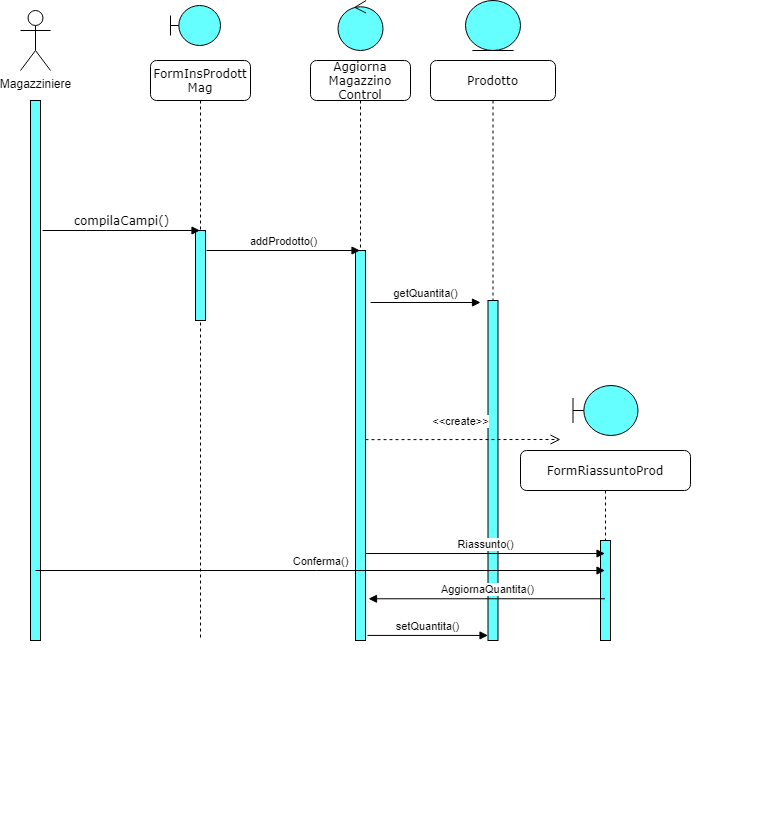
Above: documentazioneRAD/Object&SequenceDiagram/SD_2.png in Ciro-Fusco/NewDM (draw.io), before the change. Source tidied: cells renumbered, new cells last; positions are measured from the earlier drawing's top-left corner, leaving out a move shared by most shapes.
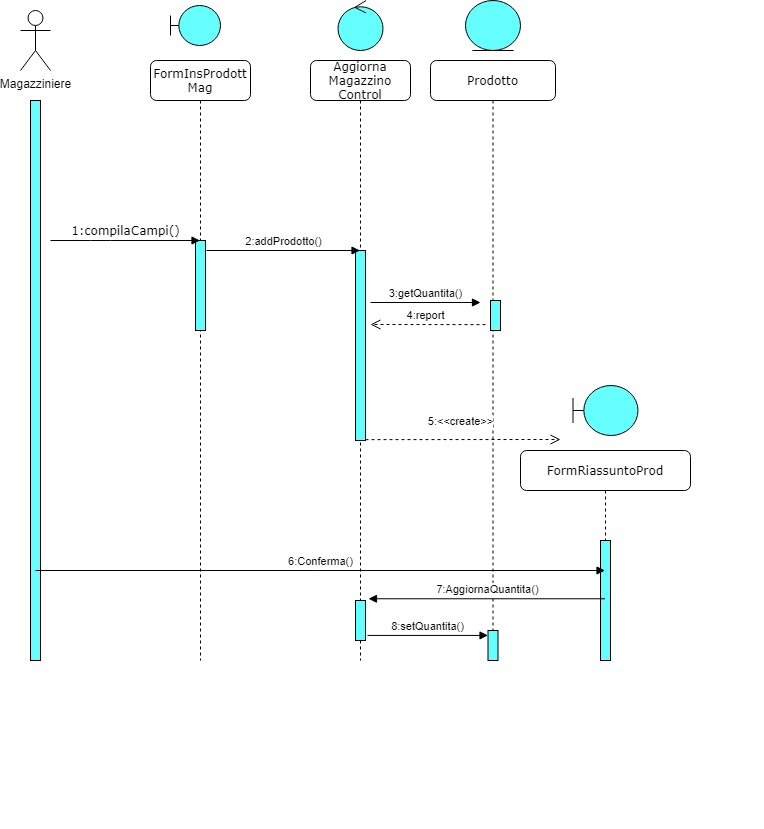
The same file after the commit.

What changed in the source:
```diff
@@ -3,34 +3,37 @@
     <mxCell id="0" />
     <mxCell id="1" parent="0" />
     <mxCell id="2" value="FormInsProdott&lt;br&gt;Mag" style="shape=umlLifeline;perimeter=lifelinePerimeter;whiteSpace=wrap;html=1;outlineConnect=0;rounded=1;shadow=0;comic=0;labelBackgroundColor=none;strokeWidth=1;fontFamily=Verdana;fontSize=12;align=center;" parent="1" vertex="1">
-      <mxGeometry x="130" y="60" width="100" height="580" as="geometry" />
+      <mxGeometry x="130" y="60" width="100" height="600" as="geometry" />
     </mxCell>
-    <mxCell id="3" style="html=1;perimeter=orthogonalPerimeter;rounded=0;shadow=0;comic=0;labelBackgroundColor=none;strokeWidth=1;fontFamily=Verdana;fontSize=12;align=center;fillColor=#66FFFF;" parent="2" vertex="1">
-      <mxGeometry x="45" y="170" width="10" height="90" as="geometry" />
-    </mxCell>
+    <mxCell id="25" style="html=1;perimeter=orthogonalPerimeter;rounded=0;shadow=0;comic=0;labelBackgroundColor=none;strokeWidth=1;fontFamily=Verdana;fontSize=12;align=center;fillColor=#66FFFF;" parent="2" vertex="1">
+      <mxGeometry x="45" y="180" width="10" height="90" as="geometry" />
+    </mxCell>
     <mxCell id="4" value="Magazziniere" style="shape=umlActor;verticalLabelPosition=bottom;verticalAlign=top;html=1;" parent="1" vertex="1">
       <mxGeometry y="10" width="30" height="60" as="geometry" />
     </mxCell>
     <mxCell id="5" style="html=1;perimeter=orthogonalPerimeter;rounded=0;shadow=0;comic=0;labelBackgroundColor=none;strokeWidth=1;fontFamily=Verdana;fontSize=12;align=center;fillColor=#66FFFF;" parent="1" vertex="1">
-      <mxGeometry x="10" y="100" width="10" height="540" as="geometry" />
+      <mxGeometry x="10" y="100" width="10" height="560" as="geometry" />
     </mxCell>
     <mxCell id="6" value="Aggiorna&lt;br&gt;Magazzino&lt;br&gt;Control" style="shape=umlLifeline;perimeter=lifelinePerimeter;whiteSpace=wrap;html=1;outlineConnect=0;rounded=1;shadow=0;comic=0;labelBackgroundColor=none;strokeWidth=1;fontFamily=Verdana;fontSize=12;align=center;" parent="1" vertex="1">
-      <mxGeometry x="290" y="60" width="100" height="580" as="geometry" />
+      <mxGeometry x="290" y="60" width="100" height="600" as="geometry" />
     </mxCell>
-    <mxCell id="7" style="html=1;points=[];perimeter=orthogonalPerimeter;rounded=0;shadow=0;comic=0;labelBackgroundColor=none;strokeWidth=1;fontFamily=Verdana;fontSize=12;align=center;fillColor=#66FFFF;" parent="6" vertex="1">
-      <mxGeometry x="45" y="190" width="10" height="390" as="geometry" />
-    </mxCell>
+    <mxCell id="26" style="html=1;perimeter=orthogonalPerimeter;rounded=0;shadow=0;comic=0;labelBackgroundColor=none;strokeWidth=1;fontFamily=Verdana;fontSize=12;align=center;fillColor=#66FFFF;" parent="6" vertex="1">
+      <mxGeometry x="45" y="190" width="10" height="190" as="geometry" />
+    </mxCell>
+    <mxCell id="27" style="html=1;perimeter=orthogonalPerimeter;rounded=0;shadow=0;comic=0;labelBackgroundColor=none;strokeWidth=1;fontFamily=Verdana;fontSize=12;align=center;fillColor=#66FFFF;" parent="6" vertex="1">
+      <mxGeometry x="45" y="540" width="10" height="40" as="geometry" />
+    </mxCell>
-    <mxCell id="8" value="compilaCampi()" style="html=1;verticalAlign=bottom;endArrow=block;labelBackgroundColor=none;fontFamily=Verdana;fontSize=12;edgeStyle=elbowEdgeStyle;elbow=vertical;" parent="1" edge="1" target="2">
+    <mxCell id="8" value="1:compilaCampi()" style="html=1;verticalAlign=bottom;endArrow=block;labelBackgroundColor=none;fontFamily=Verdana;fontSize=12;edgeStyle=elbowEdgeStyle;elbow=vertical;" parent="1" edge="1" target="2">
       <mxGeometry relative="1" as="geometry">
-        <mxPoint x="22" y="230" as="sourcePoint" />
+        <mxPoint x="30" y="240" as="sourcePoint" />
       </mxGeometry>
     </mxCell>
-    <mxCell id="9" value="addProdotto()" style="html=1;verticalAlign=bottom;endArrow=block;" parent="1" edge="1" target="6">
+    <mxCell id="9" value="2:addProdotto()" style="html=1;verticalAlign=bottom;endArrow=block;" parent="1" edge="1" target="6">
       <mxGeometry relative="1" as="geometry">
         <mxPoint x="186" y="250" as="sourcePoint" />
       </mxGeometry>
     </mxCell>
-    <mxCell id="10" value="getQuantita()" style="html=1;verticalAlign=bottom;endArrow=block;" parent="1" edge="1">
+    <mxCell id="10" value="3:getQuantita()" style="html=1;verticalAlign=bottom;endArrow=block;" parent="1" edge="1">
       <mxGeometry relative="1" as="geometry">
         <mxPoint x="350" y="302" as="sourcePoint" />
         <mxPoint x="460" y="302" as="targetPoint" />
@@ -39,9 +42,9 @@
     <mxCell id="11" value="Prodotto" style="shape=umlLifeline;perimeter=lifelinePerimeter;whiteSpace=wrap;html=1;rounded=1;shadow=0;comic=0;labelBackgroundColor=none;strokeWidth=1;fontFamily=Verdana;fontSize=12;align=center;" parent="1" vertex="1">
       <mxGeometry x="410" y="60" width="125" height="580" as="geometry" />
     </mxCell>
-    <mxCell id="12" style="html=1;points=[];perimeter=orthogonalPerimeter;rounded=0;shadow=0;comic=0;labelBackgroundColor=none;strokeWidth=1;fontFamily=Verdana;fontSize=12;align=center;fillColor=#66FFFF;" parent="11" vertex="1">
-      <mxGeometry x="57.5" y="240" width="10" height="340" as="geometry" />
-    </mxCell>
+    <mxCell id="3" style="html=1;perimeter=orthogonalPerimeter;rounded=0;shadow=0;comic=0;labelBackgroundColor=none;strokeWidth=1;fontFamily=Verdana;fontSize=12;align=center;fillColor=#66FFFF;" parent="11" vertex="1">
+      <mxGeometry x="60" y="240" width="10" height="30" as="geometry" />
+    </mxCell>
     <mxCell id="13" style="edgeStyle=orthogonalEdgeStyle;rounded=0;orthogonalLoop=1;jettySize=auto;html=1;exitX=0.5;exitY=1;exitDx=0;exitDy=0;" parent="1" edge="1">
       <mxGeometry relative="1" as="geometry">
         <mxPoint x="735" y="820" as="sourcePoint" />
@@ -49,10 +52,10 @@
       </mxGeometry>
     </mxCell>
     <mxCell id="14" value="FormRiassuntoProd" style="shape=umlLifeline;perimeter=lifelinePerimeter;whiteSpace=wrap;html=1;outlineConnect=0;rounded=1;shadow=0;comic=0;labelBackgroundColor=none;strokeWidth=1;fontFamily=Verdana;fontSize=12;align=center;" parent="1" vertex="1">
-      <mxGeometry x="500" y="450" width="170" height="150" as="geometry" />
+      <mxGeometry x="500" y="450" width="170" height="210" as="geometry" />
     </mxCell>
     <mxCell id="15" style="html=1;perimeter=orthogonalPerimeter;rounded=0;shadow=0;comic=0;labelBackgroundColor=none;strokeWidth=1;fontFamily=Verdana;fontSize=12;align=center;fillColor=#66FFFF;" parent="14" vertex="1">
-      <mxGeometry x="80" y="90" width="10" height="100" as="geometry" />
+      <mxGeometry x="80" y="90" width="10" height="120" as="geometry" />
     </mxCell>
     <mxCell id="16" style="shape=umlBoundary;whiteSpace=wrap;html=1;fillColor=#66FFFF;" parent="1" vertex="1">
       <mxGeometry x="150" y="5" width="50" height="40" as="geometry" />
@@ -66,24 +69,36 @@
     <mxCell id="19" style="shape=umlBoundary;whiteSpace=wrap;html=1;fillColor=#66FFFF;" parent="1" vertex="1">
       <mxGeometry x="552.5" y="385" width="65" height="50" as="geometry" />
     </mxCell>
-    <mxCell id="20" value="Riassunto()" style="html=1;verticalAlign=bottom;endArrow=block;exitX=1;exitY=0.777;exitDx=0;exitDy=0;exitPerimeter=0;" parent="1" edge="1" source="7" target="14">
-      <mxGeometry relative="1" as="geometry" />
-    </mxCell>
-    <mxCell id="21" value="AggiornaQuantita()" style="html=1;verticalAlign=bottom;endArrow=block;entryX=1.3;entryY=0.893;entryDx=0;entryDy=0;entryPerimeter=0;" parent="1" edge="1" source="14" target="7">
-      <mxGeometry relative="1" as="geometry" />
+    <mxCell id="21" value="7:AggiornaQuantita()" style="html=1;verticalAlign=bottom;endArrow=block;entryX=1.3;entryY=0.893;entryDx=0;entryDy=0;entryPerimeter=0;" parent="1" edge="1" source="14">
+      <mxGeometry relative="1" as="geometry">
+        <mxPoint x="348" y="598.3" as="targetPoint" />
+      </mxGeometry>
     </mxCell>
-    <mxCell id="22" value="setQuantita()" style="html=1;verticalAlign=bottom;endArrow=block;exitX=1.2;exitY=0.987;exitDx=0;exitDy=0;exitPerimeter=0;" parent="1" edge="1" source="7" target="12">
-      <mxGeometry relative="1" as="geometry" />
+    <mxCell id="22" value="8:setQuantita()" style="html=1;verticalAlign=bottom;endArrow=block;exitX=1.2;exitY=0.987;exitDx=0;exitDy=0;exitPerimeter=0;" parent="1" edge="1">
+      <mxGeometry relative="1" as="geometry">
+        <mxPoint x="347" y="634.9" as="sourcePoint" />
+        <mxPoint x="467.5" y="634.9" as="targetPoint" />
+      </mxGeometry>
     </mxCell>
-    <mxCell id="23" value="&amp;lt;&amp;lt;create&amp;gt;&amp;gt;" style="html=1;verticalAlign=bottom;endArrow=open;dashed=1;endSize=8;exitX=1;exitY=0.485;exitDx=0;exitDy=0;exitPerimeter=0;" parent="1" edge="1" source="7">
+    <mxCell id="23" value="5:&amp;lt;&amp;lt;create&amp;gt;&amp;gt;" style="html=1;verticalAlign=bottom;endArrow=open;dashed=1;endSize=8;exitX=1;exitY=0.485;exitDx=0;exitDy=0;exitPerimeter=0;" parent="1" edge="1">
       <mxGeometry x="-0.03" y="9" relative="1" as="geometry">
+        <mxPoint x="345" y="439.1" as="sourcePoint" />
         <mxPoint x="540" y="439" as="targetPoint" />
       </mxGeometry>
     </mxCell>
-    <mxCell id="24" value="Conferma()" style="html=1;verticalAlign=bottom;endArrow=block;" parent="1" edge="1" target="14">
+    <mxCell id="24" value="6:Conferma()" style="html=1;verticalAlign=bottom;endArrow=block;" parent="1" edge="1" target="14">
       <mxGeometry relative="1" as="geometry">
         <mxPoint x="15" y="570" as="sourcePoint" />
       </mxGeometry>
     </mxCell>
+    <mxCell id="28" value="4:report" style="html=1;verticalAlign=bottom;endArrow=open;dashed=1;endSize=8;exitX=-0.25;exitY=0.071;exitDx=0;exitDy=0;exitPerimeter=0;" parent="1" edge="1">
+      <mxGeometry x="0.04" relative="1" as="geometry">
+        <mxPoint x="465" y="324.1" as="sourcePoint" />
+        <mxPoint x="350" y="324" as="targetPoint" />
+      </mxGeometry>
+    </mxCell>
+    <mxCell id="29" style="html=1;perimeter=orthogonalPerimeter;rounded=0;shadow=0;comic=0;labelBackgroundColor=none;strokeWidth=1;fontFamily=Verdana;fontSize=12;align=center;fillColor=#66FFFF;" parent="1" vertex="1">
+      <mxGeometry x="467.5" y="630" width="10" height="30" as="geometry" />
+    </mxCell>
   </root>
 </mxGraphModel>
```
